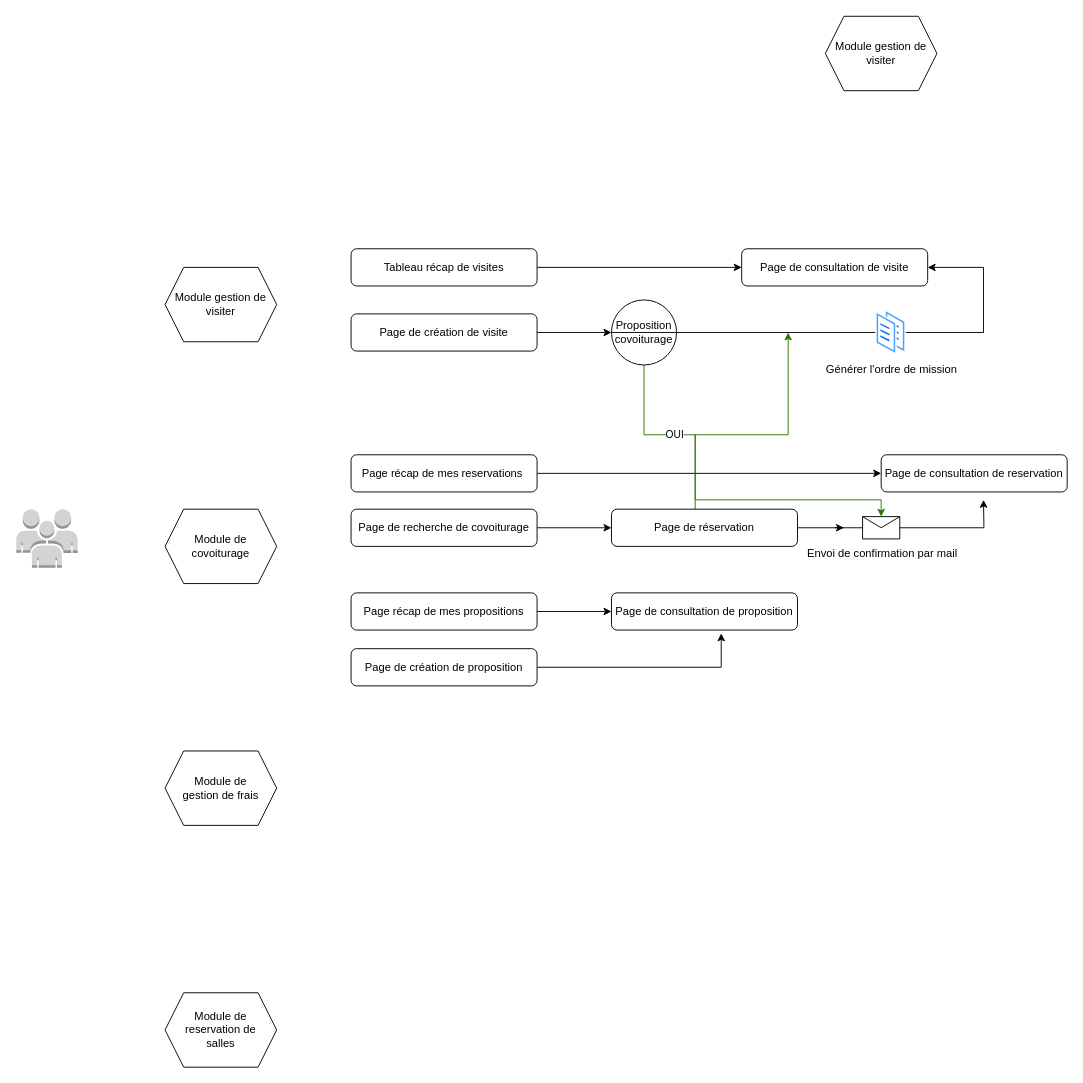
Before: documentation/diagram.drawio in IlyasMohetna/GSB_laboratoire, a draw.io diagram. Source tidied: cells renumbered, new cells numbered last; positions are measured from the earlier drawing's top-left corner, leaving out a move shared by most shapes. Both pictures are drawn from the tidied source at 93%, with x=0, y=0 at pixel (16, 16).
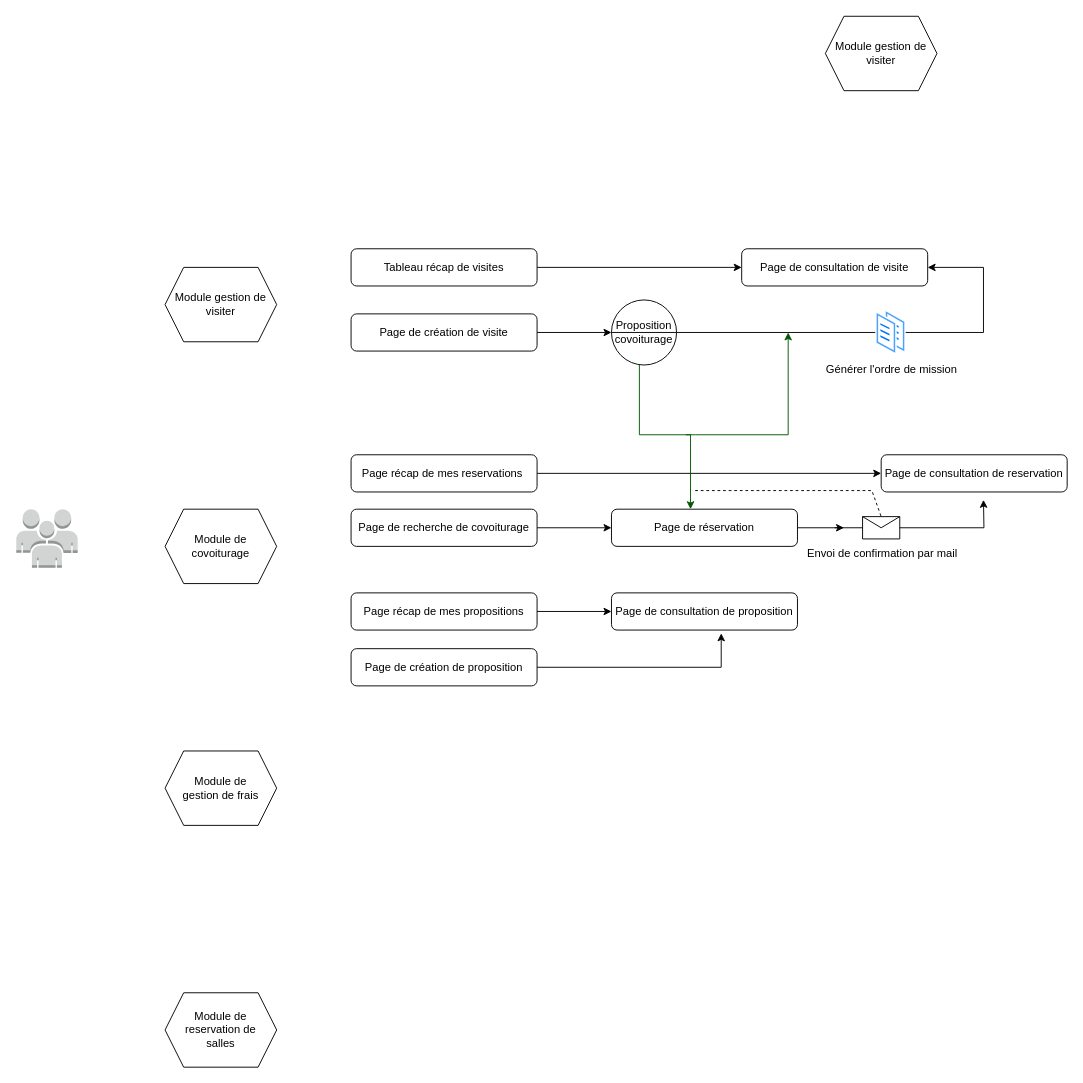
The same page after the edit.

Commit message:
Mettre à jour diagram.drawio

Unchanged cells that the change refers to:
```xml
<mxCell id="32" value="Proposition covoiturage" style="shape=lineEllipse;perimeter=ellipsePerimeter;whiteSpace=wrap;html=1;backgroundOutline=1;" parent="1" vertex="1">
  <mxGeometry x="640" y="305" width="70" height="70" as="geometry" />
</mxCell>
<mxCell id="36" style="shape=message;html=1;outlineConnect=0;" parent="35" vertex="1">
  <mxGeometry width="40" height="24" relative="1" as="geometry">
    <mxPoint x="25" y="-12" as="offset" />
  </mxGeometry>
</mxCell>
```

The edit, as a diff of the source:
```diff
@@
-    <mxCell id="16" style="edgeStyle=orthogonalEdgeStyle;rounded=0;orthogonalLoop=1;jettySize=auto;html=1;fillColor=#60a917;strokeColor=#2D7600;exitX=0.5;exitY=0;exitDx=0;exitDy=0;" parent="1" edge="1">
+    <mxCell id="16" style="edgeStyle=orthogonalEdgeStyle;rounded=0;orthogonalLoop=1;jettySize=auto;html=1;fillColor=#008a00;strokeColor=#005700;" parent="1" edge="1">
       <mxGeometry relative="1" as="geometry">
-        <mxPoint x="730" y="530" as="sourcePoint" />
+        <mxPoint x="720" y="450" as="sourcePoint" />
         <mxPoint x="830" y="340" as="targetPoint" />
         <Array as="points">
           <mxPoint x="730" y="450" />
           <mxPoint x="830" y="450" />
         </Array>
       </mxGeometry>
     </mxCell>
@@
-    <mxCell id="29" style="edgeStyle=orthogonalEdgeStyle;rounded=0;jettySize=auto;html=1;fillColor=#60a917;strokeColor=#2D7600;entryX=0.5;entryY=0;entryDx=0;entryDy=0;" parent="1" edge="1" source="32" target="36">
-      <mxGeometry relative="1" as="geometry">
-        <Array as="points">
-          <mxPoint x="675" y="450" />
-          <mxPoint x="730" y="450" />
-          <mxPoint x="730" y="520" />
-          <mxPoint x="930" y="520" />
-        </Array>
-      </mxGeometry>
-    </mxCell>
-    <mxCell id="30" value="OUI" style="edgeLabel;html=1;align=center;verticalAlign=middle;" parent="29" vertex="1">
-      <mxGeometry x="-0.49" y="1" relative="1" as="geometry" />
-    </mxCell>
@@
+    <mxCell id="38" style="edgeStyle=orthogonalEdgeStyle;rounded=0;orthogonalLoop=1;jettySize=auto;html=1;fillColor=#008a00;strokeColor=#005700;" parent="1" edge="1">
+      <mxGeometry relative="1" as="geometry">
+        <mxPoint x="670" y="375" as="sourcePoint" />
+        <mxPoint x="725" y="530" as="targetPoint" />
+        <Array as="points">
+          <mxPoint x="670" y="450" />
+          <mxPoint x="725" y="450" />
+        </Array>
+      </mxGeometry>
+    </mxCell>
@@
+    <mxCell id="39" style="endArrow=none;dashed=1;html=1;rounded=0;entryX=0.5;entryY=0;entryDx=0;entryDy=0;" parent="1" edge="1" target="36">
+      <mxGeometry relative="1" as="geometry">
+        <mxPoint x="730" y="510" as="sourcePoint" />
+        <Array as="points">
+          <mxPoint x="790" y="510" />
+          <mxPoint x="920" y="510" />
+        </Array>
+      </mxGeometry>
+    </mxCell>
```
